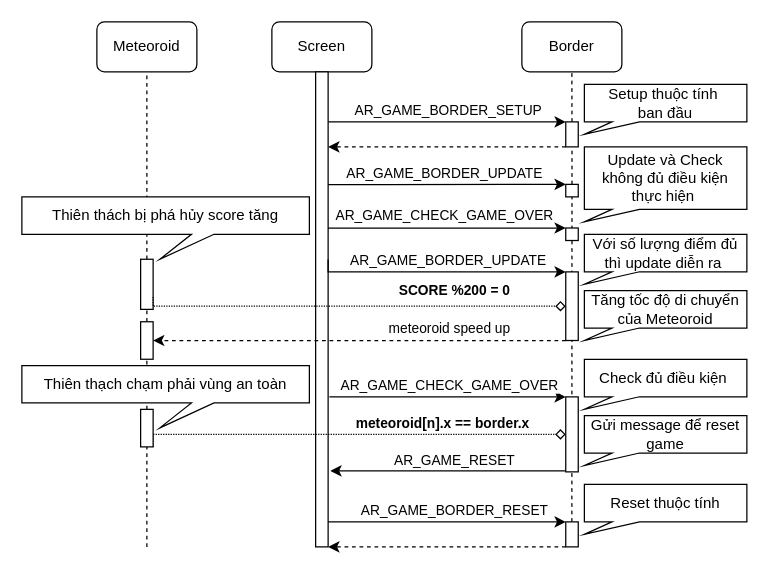
Above: page "Page-2" (2 of 2) of border_sequence.drawio in QuocBuu/drawio (draw.io), before the change. Source tidied: cells renumbered, new cells numbered last; positions are measured from the earlier drawing's top-left corner, leaving out a move shared by most shapes. Both pictures are drawn from the tidied source at 125%, with x=0, y=0 at pixel (21, 21).
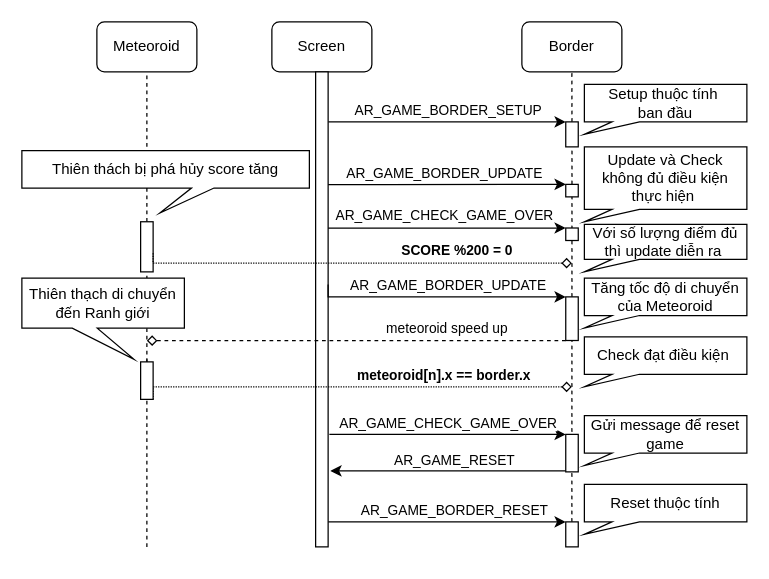
Above is the later version.

The change refers to these unchanged cells:
```xml
<mxCell id="13" style="rounded=0;whiteSpace=wrap;html=1;" parent="1" vertex="1">
  <mxGeometry x="435.1" y="80" width="10" height="20" as="geometry" />
</mxCell>
<mxCell id="29" style="rounded=0;whiteSpace=wrap;html=1;" parent="1" vertex="1">
  <mxGeometry x="435.1" y="400" width="10" height="20" as="geometry" />
</mxCell>
```

Change to the diagram source:
```diff
@@
-    <mxCell id="12" style="edgeStyle=orthogonalEdgeStyle;rounded=0;jettySize=auto;html=1;exitX=0;exitY=1;exitDx=0;exitDy=0;entryX=1;entryY=0.147;entryDx=0;entryDy=0;entryPerimeter=0;dashed=1;" parent="1" edge="1" source="13">
-      <mxGeometry relative="1" as="geometry">
-        <mxPoint x="245.1" y="100" as="targetPoint" />
-        <Array as="points">
-          <mxPoint x="360.1" y="100" />
-          <mxPoint x="360.1" y="100" />
-        </Array>
-      </mxGeometry>
-    </mxCell>
@@
-    <mxCell id="14" style="endArrow=none;dashed=1;html=1;rounded=0;entryX=0.5;entryY=1;entryDx=0;entryDy=0;" parent="1" edge="1" source="37" target="15">
+    <mxCell id="14" style="endArrow=none;dashed=1;html=1;rounded=0;entryX=0.5;entryY=1;entryDx=0;entryDy=0;exitX=0.5;exitY=0;exitDx=0;exitDy=0;" parent="1" edge="1" source="42" target="15">
       <mxGeometry relative="1" as="geometry" />
     </mxCell>
     <mxCell id="15" style="rounded=0;whiteSpace=wrap;html=1;" parent="1" vertex="1">
-      <mxGeometry x="95" y="189.9" width="10" height="40.1" as="geometry" />
+      <mxGeometry x="95" y="159.9" width="10" height="40.1" as="geometry" />
     </mxCell>
@@
-    <mxCell id="19" style="edgeStyle=orthogonalEdgeStyle;rounded=0;jettySize=auto;html=1;entryX=0;entryY=0.5;entryDx=0;entryDy=0;endArrow=diamond;endFill=0;dashed=1;dashPattern=1 1;exitX=0.991;exitY=0.887;exitDx=0;exitDy=0;exitPerimeter=0;" parent="1" edge="1" target="21">
+    <mxCell id="19" style="edgeStyle=orthogonalEdgeStyle;rounded=0;orthogonalLoop=1;jettySize=auto;html=1;endArrow=diamond;endFill=0;dashed=1;dashPattern=1 1;exitX=0.991;exitY=0.887;exitDx=0;exitDy=0;exitPerimeter=0;" parent="1" edge="1">
       <mxGeometry relative="1" as="geometry">
-        <mxPoint x="105" y="220" as="sourcePoint" />
+        <mxPoint x="105" y="185" as="sourcePoint" />
+        <mxPoint x="440" y="193" as="targetPoint" />
         <Array as="points">
-          <mxPoint x="105" y="228" />
+          <mxPoint x="105" y="193" />
         </Array>
       </mxGeometry>
     </mxCell>
     <mxCell id="20" value="&lt;b&gt;SCORE %200 = 0&lt;/b&gt;" style="edgeLabel;html=1;align=center;verticalAlign=middle;" parent="19" vertex="1">
       <mxGeometry x="-0.03" y="-2" relative="1" as="geometry">
-        <mxPoint x="84" y="-15" as="offset" />
+        <mxPoint x="84" y="-13" as="offset" />
       </mxGeometry>
     </mxCell>
     <mxCell id="21" style="rounded=0;whiteSpace=wrap;html=1;" parent="1" vertex="1">
-      <mxGeometry x="435.1" y="200" width="10" height="54.9" as="geometry" />
+      <mxGeometry x="435.1" y="220" width="10" height="34.9" as="geometry" />
     </mxCell>
-    <mxCell id="22" style="edgeStyle=orthogonalEdgeStyle;rounded=0;jettySize=auto;html=1;entryX=0;entryY=0;entryDx=0;entryDy=0;exitX=0.989;exitY=0.265;exitDx=0;exitDy=0;exitPerimeter=0;" parent="1" edge="1" target="21">
+    <mxCell id="22" style="edgeStyle=orthogonalEdgeStyle;rounded=0;orthogonalLoop=1;jettySize=auto;html=1;entryX=0;entryY=0;entryDx=0;entryDy=0;exitX=0.989;exitY=0.265;exitDx=0;exitDy=0;exitPerimeter=0;" parent="1" edge="1">
       <mxGeometry relative="1" as="geometry">
-        <mxPoint x="245" y="190" as="sourcePoint" />
+        <mxPoint x="245" y="210" as="sourcePoint" />
+        <mxPoint x="435.1" y="220" as="targetPoint" />
         <Array as="points">
-          <mxPoint x="245" y="200" />
-          <mxPoint x="435" y="200" />
+          <mxPoint x="245" y="220" />
+          <mxPoint x="435" y="220" />
         </Array>
       </mxGeometry>
     </mxCell>
@@
-    <mxCell id="24" style="edgeStyle=orthogonalEdgeStyle;rounded=0;jettySize=auto;html=1;dashed=1;exitX=0;exitY=1;exitDx=0;exitDy=0;entryX=1;entryY=0.5;entryDx=0;entryDy=0;" parent="1" edge="1" source="21" target="37">
+    <mxCell id="24" style="edgeStyle=orthogonalEdgeStyle;rounded=0;jettySize=auto;html=1;dashed=1;exitX=0;exitY=1;exitDx=0;exitDy=0;endArrow=diamond;endFill=0;" parent="1" edge="1" source="21">
       <mxGeometry relative="1" as="geometry">
+        <mxPoint x="100" y="255" as="targetPoint" />
         <Array as="points">
           <mxPoint x="350" y="254.9" />
           <mxPoint x="350" y="254.9" />
         </Array>
       </mxGeometry>
     </mxCell>
@@
-    <mxCell id="28" style="edgeStyle=orthogonalEdgeStyle;rounded=0;jettySize=auto;html=1;exitX=0;exitY=1;exitDx=0;exitDy=0;dashed=1;entryX=1.019;entryY=0.324;entryDx=0;entryDy=0;entryPerimeter=0;" parent="1" edge="1" source="29">
-      <mxGeometry relative="1" as="geometry">
-        <mxPoint x="245.1" y="420" as="targetPoint" />
-        <Array as="points">
-          <mxPoint x="360.1" y="420" />
-        </Array>
-      </mxGeometry>
-    </mxCell>
@@
     <mxCell id="32" value="Với số lượng điểm đủ thì update diễn ra&amp;nbsp;" style="shape=callout;whiteSpace=wrap;html=1;perimeter=calloutPerimeter;position2=0;base=22;size=10;position=0.17;" parent="1" vertex="1">
-      <mxGeometry x="450" y="169.9" width="130" height="40" as="geometry" />
+      <mxGeometry x="450" y="161.9" width="130" height="38.1" as="geometry" />
     </mxCell>
     <mxCell id="33" value="Tăng tốc độ di chuyển của Meteoroid" style="shape=callout;whiteSpace=wrap;html=1;perimeter=calloutPerimeter;position2=0;base=22;size=10;position=0.17;" parent="1" vertex="1">
-      <mxGeometry x="450" y="214.9" width="130" height="40" as="geometry" />
+      <mxGeometry x="450" y="204.9" width="130" height="40" as="geometry" />
     </mxCell>
@@
     <mxCell id="35" value="Thiên thách bị phá hủy score tăng" style="shape=callout;whiteSpace=wrap;html=1;perimeter=calloutPerimeter;position2=0.48;base=18;size=20;position=0.59;" parent="1" vertex="1">
-      <mxGeometry y="140" width="230" height="49.9" as="geometry" />
+      <mxGeometry y="103" width="230" height="49.9" as="geometry" />
     </mxCell>
-    <mxCell id="36" style="endArrow=none;dashed=1;html=1;rounded=0;entryX=0.5;entryY=1;entryDx=0;entryDy=0;" parent="1" edge="1" source="42" target="37">
-      <mxGeometry relative="1" as="geometry" />
+    <mxCell id="36" style="endArrow=none;dashed=1;html=1;rounded=0;entryX=0.5;entryY=1;entryDx=0;entryDy=0;" parent="1" edge="1" source="42">
+      <mxGeometry relative="1" as="geometry">
+        <mxPoint x="100" y="269.9" as="targetPoint" />
+      </mxGeometry>
     </mxCell>
-    <mxCell id="37" style="rounded=0;whiteSpace=wrap;html=1;" parent="1" vertex="1">
-      <mxGeometry x="95" y="239.9" width="10" height="30" as="geometry" />
-    </mxCell>
-    <mxCell id="38" value="Thiên thạch chạm phải vùng an toàn" style="shape=callout;whiteSpace=wrap;html=1;perimeter=calloutPerimeter;position2=0.48;base=18;size=20;position=0.59;" parent="1" vertex="1">
-      <mxGeometry y="274.9" width="230" height="49.9" as="geometry" />
-    </mxCell>
@@
-    <mxCell id="40" style="edgeStyle=orthogonalEdgeStyle;rounded=0;jettySize=auto;html=1;exitX=1;exitY=1;exitDx=0;exitDy=0;entryX=0;entryY=0.5;entryDx=0;entryDy=0;dashed=1;dashPattern=1 1;endArrow=diamond;endFill=0;" parent="1" edge="1" source="42" target="50">
+    <mxCell id="40" style="edgeStyle=orthogonalEdgeStyle;rounded=0;jettySize=auto;html=1;exitX=1;exitY=1;exitDx=0;exitDy=0;dashed=1;dashPattern=1 1;endArrow=diamond;endFill=0;" parent="1" edge="1" source="42">
       <mxGeometry relative="1" as="geometry">
+        <mxPoint x="440" y="292" as="targetPoint" />
         <Array as="points">
-          <mxPoint x="105" y="330" />
+          <mxPoint x="105" y="292" />
         </Array>
       </mxGeometry>
     </mxCell>
@@
     <mxCell id="42" style="rounded=0;whiteSpace=wrap;html=1;" parent="1" vertex="1">
-      <mxGeometry x="95" y="310" width="10" height="30" as="geometry" />
+      <mxGeometry x="95" y="272" width="10" height="30" as="geometry" />
     </mxCell>
@@
     <mxCell id="46" style="edgeStyle=orthogonalEdgeStyle;rounded=0;jettySize=auto;html=1;entryX=0;entryY=0;entryDx=0;entryDy=0;" parent="1" edge="1" target="50">
       <mxGeometry relative="1" as="geometry">
-        <mxPoint x="246" y="300" as="sourcePoint" />
+        <mxPoint x="246" y="330" as="sourcePoint" />
         <Array as="points">
-          <mxPoint x="246" y="300" />
+          <mxPoint x="246" y="330" />
         </Array>
       </mxGeometry>
     </mxCell>
     <mxCell id="47" value="AR_GAME_CHECK_GAME_OVER" style="edgeLabel;html=1;align=center;verticalAlign=middle;" parent="46" vertex="1">
       <mxGeometry x="-0.03" y="-2" relative="1" as="geometry">
-        <mxPoint x="3" y="-12" as="offset" />
+        <mxPoint x="2" y="-12" as="offset" />
       </mxGeometry>
     </mxCell>
@@
     <mxCell id="50" style="rounded=0;whiteSpace=wrap;html=1;" parent="1" vertex="1">
-      <mxGeometry x="435.1" y="300" width="10" height="60" as="geometry" />
+      <mxGeometry x="435.1" y="330" width="10" height="30" as="geometry" />
     </mxCell>
-    <mxCell id="51" value="Check đủ điều kiện&amp;nbsp;" style="shape=callout;whiteSpace=wrap;html=1;perimeter=calloutPerimeter;position2=0;base=22;size=10;position=0.17;" parent="1" vertex="1">
-      <mxGeometry x="450" y="269.9" width="130" height="40" as="geometry" />
+    <mxCell id="51" value="Check đạt điều kiện&amp;nbsp;" style="shape=callout;whiteSpace=wrap;html=1;perimeter=calloutPerimeter;position2=0;base=22;size=10;position=0.17;" parent="1" vertex="1">
+      <mxGeometry x="450" y="251.9" width="130" height="40" as="geometry" />
     </mxCell>
@@
+    <mxCell id="53" value="Thiên thạch di chuyển đến Ranh giới" style="shape=callout;whiteSpace=wrap;html=1;perimeter=calloutPerimeter;position2=0.69;base=20;size=25;position=0.31;" parent="1" vertex="1">
+      <mxGeometry y="204.9" width="130" height="65.1" as="geometry" />
+    </mxCell>
```
